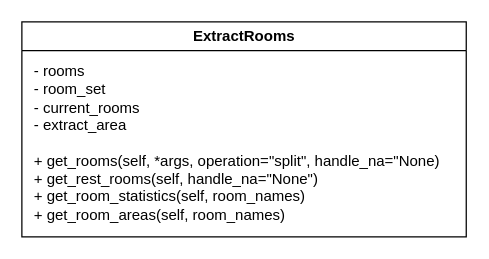
This is Final Report/drawings/UML.drawio from luowx0905/Individual-Project, a draw.io file, before an edit. Source tidied: cells renumbered, new cells numbered last; positions are measured from the earlier drawing's top-left corner, leaving out a move shared by most shapes. Both pictures are drawn from the tidied source at 125%, with x=0, y=0 at pixel (21, 21).
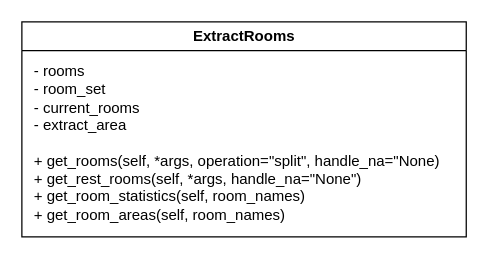
The same diagram, later.

Diff of the diagram source:
```diff
@@
 <mxGraphModel>
   <root>
     <mxCell id="0" />
     <mxCell id="1" parent="0" />
     <mxCell id="2" value="ExtractRooms" style="swimlane;whiteSpace=wrap;" parent="1" vertex="1">
       <mxGeometry width="355.5" height="172" as="geometry" />
     </mxCell>
-    <mxCell id="3" value="- rooms&lt;br&gt;- room_set&lt;br&gt;- current_rooms&lt;br&gt;- extract_area&lt;br&gt;&lt;br&gt;+ get_rooms(self, *args, operation=&quot;split&quot;, handle_na=&quot;None)&lt;br&gt;+ get_rest_rooms(self, handle_na=&quot;None&quot;)&lt;br&gt;+ get_room_statistics(self, room_names)&lt;br&gt;+ get_room_areas(self, room_names)" style="text;html=1;align=left;verticalAlign=middle;strokeColor=none;fillColor=none;" parent="2" vertex="1">
+    <mxCell id="3" value="- rooms&lt;br&gt;- room_set&lt;br&gt;- current_rooms&lt;br&gt;- extract_area&lt;br&gt;&lt;br&gt;+ get_rooms(self, *args, operation=&quot;split&quot;, handle_na=&quot;None)&lt;br&gt;+ get_rest_rooms(self, *args, handle_na=&quot;None&quot;)&lt;br&gt;+ get_room_statistics(self, room_names)&lt;br&gt;+ get_room_areas(self, room_names)" style="text;html=1;align=left;verticalAlign=middle;strokeColor=none;fillColor=none;" parent="2" vertex="1">
       <mxGeometry x="7.8" y="32" width="340" height="130" as="geometry" />
     </mxCell>
   </root>
 </mxGraphModel>
```
